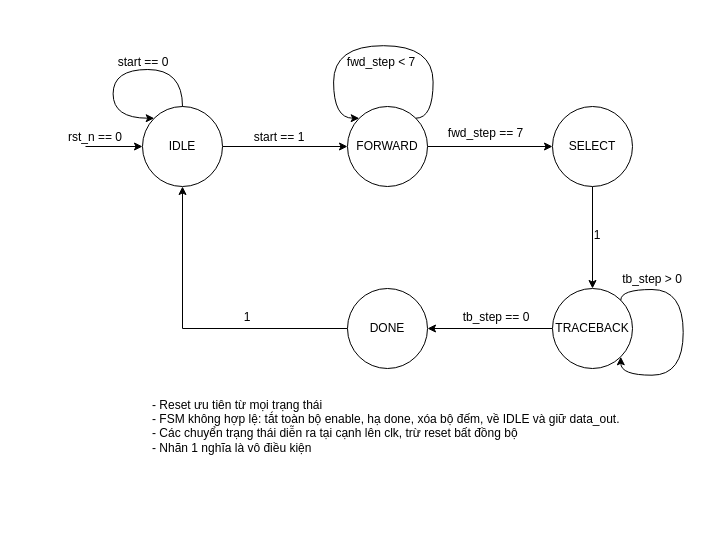
nvh1811/viterbi_decoder keeps this draw.io diagram as page "FSM" (5 of 18) of docs/Viterbi_decoder.drawio. Above is the earlier version. Source tidied: cells renumbered, new cells numbered last; positions are measured from the earlier drawing's top-left corner, leaving out a move shared by most shapes. Both pictures are drawn from the tidied source at 100%, with x=0, y=0 at pixel (65, 45).
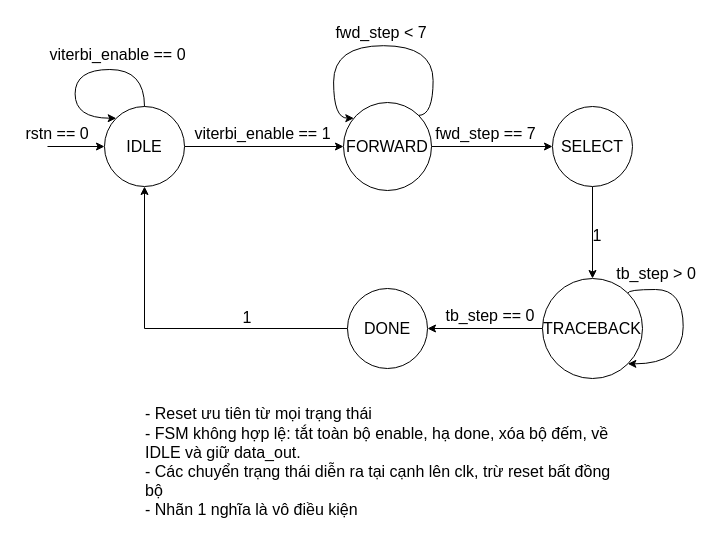
The same page after the edit.

Diff of the diagram source:
```diff
@@
-    <mxCell id="2" style="edgeStyle=orthogonalEdgeStyle;rounded=0;jettySize=auto;html=1;defaultLabelBackgroundColor=gap;" parent="1" edge="1" source="3" target="5">
+    <mxCell id="2" style="edgeStyle=orthogonalEdgeStyle;rounded=0;jettySize=auto;html=1;defaultLabelBackgroundColor=gap;fontSize=16;" parent="1" edge="1" source="3" target="5">
       <mxGeometry relative="1" as="geometry" />
     </mxCell>
-    <mxCell id="3" value="IDLE" style="ellipse;whiteSpace=wrap;html=1;shapeInside=1;" parent="1" vertex="1">
-      <mxGeometry x="77" y="61" width="80" height="80" as="geometry" />
+    <mxCell id="3" value="IDLE" style="ellipse;whiteSpace=wrap;html=1;shapeInside=1;fontSize=16;" parent="1" vertex="1">
+      <mxGeometry x="39" y="61" width="80" height="80" as="geometry" />
     </mxCell>
-    <mxCell id="4" style="edgeStyle=orthogonalEdgeStyle;rounded=0;jettySize=auto;html=1;entryX=0;entryY=0.5;entryDx=0;entryDy=0;defaultLabelBackgroundColor=gap;" parent="1" edge="1" source="5" target="7">
+    <mxCell id="4" style="edgeStyle=orthogonalEdgeStyle;rounded=0;jettySize=auto;html=1;entryX=0;entryY=0.5;entryDx=0;entryDy=0;defaultLabelBackgroundColor=gap;fontSize=16;" parent="1" edge="1" source="5" target="7">
       <mxGeometry relative="1" as="geometry" />
     </mxCell>
-    <mxCell id="5" value="FORWARD" style="ellipse;whiteSpace=wrap;html=1;shapeInside=1;" parent="1" vertex="1">
-      <mxGeometry x="282" y="61" width="80" height="80" as="geometry" />
+    <mxCell id="5" value="FORWARD" style="ellipse;whiteSpace=wrap;html=1;shapeInside=1;fontSize=16;" parent="1" vertex="1">
+      <mxGeometry x="278" y="57" width="88" height="88" as="geometry" />
     </mxCell>
-    <mxCell id="6" style="edgeStyle=orthogonalEdgeStyle;rounded=0;jettySize=auto;html=1;defaultLabelBackgroundColor=gap;" parent="1" edge="1" source="7" target="9">
+    <mxCell id="6" style="edgeStyle=orthogonalEdgeStyle;rounded=0;jettySize=auto;html=1;defaultLabelBackgroundColor=gap;fontSize=16;" parent="1" edge="1" source="7" target="9">
       <mxGeometry relative="1" as="geometry" />
     </mxCell>
-    <mxCell id="7" value="SELECT" style="ellipse;whiteSpace=wrap;html=1;shapeInside=1;" parent="1" vertex="1">
+    <mxCell id="7" value="SELECT" style="ellipse;whiteSpace=wrap;html=1;shapeInside=1;fontSize=16;" parent="1" vertex="1">
       <mxGeometry x="487" y="61" width="80" height="80" as="geometry" />
     </mxCell>
-    <mxCell id="8" style="edgeStyle=orthogonalEdgeStyle;rounded=0;jettySize=auto;html=1;entryX=1;entryY=0.5;entryDx=0;entryDy=0;defaultLabelBackgroundColor=gap;" parent="1" edge="1" source="9" target="11">
+    <mxCell id="8" style="edgeStyle=orthogonalEdgeStyle;rounded=0;jettySize=auto;html=1;entryX=1;entryY=0.5;entryDx=0;entryDy=0;defaultLabelBackgroundColor=gap;fontSize=16;" parent="1" edge="1" source="9" target="11">
       <mxGeometry relative="1" as="geometry" />
     </mxCell>
-    <mxCell id="9" value="TRACEBACK" style="ellipse;whiteSpace=wrap;html=1;shapeInside=1;" parent="1" vertex="1">
-      <mxGeometry x="487" y="243" width="80" height="80" as="geometry" />
+    <mxCell id="9" value="TRACEBACK" style="ellipse;whiteSpace=wrap;html=1;shapeInside=1;fontSize=16;" parent="1" vertex="1">
+      <mxGeometry x="477" y="233" width="100" height="100" as="geometry" />
     </mxCell>
-    <mxCell id="10" style="edgeStyle=orthogonalEdgeStyle;rounded=0;jettySize=auto;html=1;entryX=0.5;entryY=1;entryDx=0;entryDy=0;defaultLabelBackgroundColor=gap;" parent="1" edge="1" source="11" target="3">
+    <mxCell id="10" style="edgeStyle=orthogonalEdgeStyle;rounded=0;jettySize=auto;html=1;entryX=0.5;entryY=1;entryDx=0;entryDy=0;defaultLabelBackgroundColor=gap;fontSize=16;" parent="1" edge="1" source="11" target="3">
       <mxGeometry relative="1" as="geometry" />
     </mxCell>
-    <mxCell id="11" value="DONE" style="ellipse;whiteSpace=wrap;html=1;shapeInside=1;" parent="1" vertex="1">
+    <mxCell id="11" value="DONE" style="ellipse;whiteSpace=wrap;html=1;shapeInside=1;fontSize=16;" parent="1" vertex="1">
       <mxGeometry x="282" y="243" width="80" height="80" as="geometry" />
     </mxCell>
-    <mxCell id="12" value="start == 1" style="text;html=1;whiteSpace=wrap;strokeColor=none;fillColor=none;align=center;verticalAlign=middle;rounded=0;" parent="1" vertex="1">
-      <mxGeometry x="184" y="77" width="60" height="30" as="geometry" />
+    <mxCell id="12" value="viterbi_enable == 1" style="text;html=1;whiteSpace=wrap;strokeColor=none;fillColor=none;align=center;verticalAlign=middle;rounded=0;fontSize=16;" parent="1" vertex="1">
+      <mxGeometry x="125" y="73" width="145" height="30" as="geometry" />
     </mxCell>
-    <mxCell id="13" style="edgeStyle=orthogonalEdgeStyle;rounded=0;orthogonalLoop=1;jettySize=auto;html=1;innerLoopWaypoints=1;entryX=0;entryY=0;entryDx=0;entryDy=0;defaultLabelBackgroundColor=gap;curved=1;curveGeometry=1;exitX=0.5;exitY=0;exitDx=0;exitDy=0;" parent="1" edge="1" source="3" target="3">
+    <mxCell id="13" style="edgeStyle=orthogonalEdgeStyle;rounded=0;orthogonalLoop=1;jettySize=auto;html=1;innerLoopWaypoints=1;entryX=0;entryY=0;entryDx=0;entryDy=0;defaultLabelBackgroundColor=gap;curved=1;curveGeometry=1;exitX=0.5;exitY=0;exitDx=0;exitDy=0;fontSize=16;" parent="1" edge="1" source="3" target="3">
       <mxGeometry x="-0.15" relative="1" as="geometry">
         <Array as="points">
-          <mxPoint x="117" y="24" />
-          <mxPoint x="47.6" y="24" />
-          <mxPoint x="47.6" y="72.7" />
+          <mxPoint x="79" y="24" />
+          <mxPoint x="9.6" y="24" />
+          <mxPoint x="9.6" y="72.7" />
         </Array>
       </mxGeometry>
     </mxCell>
-    <mxCell id="14" value="start == 0" style="text;html=1;whiteSpace=wrap;strokeColor=none;fillColor=none;align=center;verticalAlign=middle;rounded=0;" parent="1" vertex="1">
-      <mxGeometry x="48" y="2" width="60" height="30" as="geometry" />
-    </mxCell>
-    <mxCell id="15" value="fwd_step == 7" style="text;html=1;whiteSpace=wrap;strokeColor=none;fillColor=none;align=center;verticalAlign=middle;rounded=0;" parent="1" vertex="1">
+    <mxCell id="15" value="fwd_step == 7" style="text;html=1;whiteSpace=wrap;strokeColor=none;fillColor=none;align=center;verticalAlign=middle;rounded=0;fontSize=16;" parent="1" vertex="1">
       <mxGeometry x="366" y="73" width="109" height="30" as="geometry" />
     </mxCell>
-    <mxCell id="16" style="edgeStyle=orthogonalEdgeStyle;rounded=0;orthogonalLoop=1;jettySize=auto;html=1;innerLoopWaypoints=1;entryX=0;entryY=0;entryDx=0;entryDy=0;defaultLabelBackgroundColor=gap;curved=1;curveGeometry=1;exitX=1;exitY=0;exitDx=0;exitDy=0;" parent="1" edge="1" source="5" target="5">
-      <mxGeometry x="0.19" relative="1" as="geometry">
+    <mxCell id="16" style="edgeStyle=orthogonalEdgeStyle;rounded=0;orthogonalLoop=1;jettySize=auto;html=1;innerLoopWaypoints=1;defaultLabelBackgroundColor=gap;curved=1;curveGeometry=1;exitX=1;exitY=0;exitDx=0;exitDy=0;fontSize=16;" parent="1" edge="1" source="5" target="5">
+      <mxGeometry x="0.22" relative="1" as="geometry">
         <Array as="points">
-          <mxPoint x="367.6" y="72.7" />
+          <mxPoint x="367.6" y="69.9" />
           <mxPoint x="367.6" y="0.2" />
           <mxPoint x="268.1" y="0.2" />
           <mxPoint x="268.1" y="72.7" />
         </Array>
       </mxGeometry>
     </mxCell>
-    <mxCell id="17" value="fwd_step &amp;lt; 7" style="text;html=1;whiteSpace=wrap;strokeColor=none;fillColor=none;align=center;verticalAlign=middle;rounded=0;" parent="1" vertex="1">
-      <mxGeometry x="266" y="2" width="100" height="30" as="geometry" />
+    <mxCell id="17" value="fwd_step &amp;lt; 7" style="text;html=1;whiteSpace=wrap;strokeColor=none;fillColor=none;align=center;verticalAlign=middle;rounded=0;fontSize=16;" parent="1" vertex="1">
+      <mxGeometry x="266" y="-28" width="100" height="30" as="geometry" />
     </mxCell>
-    <mxCell id="18" value="1" style="text;html=1;whiteSpace=wrap;strokeColor=none;fillColor=none;align=center;verticalAlign=middle;rounded=0;" parent="1" vertex="1">
+    <mxCell id="18" value="1" style="text;html=1;whiteSpace=wrap;strokeColor=none;fillColor=none;align=center;verticalAlign=middle;rounded=0;fontSize=16;" parent="1" vertex="1">
       <mxGeometry x="502" y="175" width="60" height="30" as="geometry" />
     </mxCell>
-    <mxCell id="19" value="tb_step == 0" style="text;html=1;whiteSpace=wrap;strokeColor=none;fillColor=none;align=center;verticalAlign=middle;rounded=0;" parent="1" vertex="1">
-      <mxGeometry x="391" y="257" width="80" height="30" as="geometry" />
+    <mxCell id="19" value="tb_step == 0" style="text;html=1;whiteSpace=wrap;strokeColor=none;fillColor=none;align=center;verticalAlign=middle;rounded=0;fontSize=16;" parent="1" vertex="1">
+      <mxGeometry x="375" y="255" width="100" height="30" as="geometry" />
     </mxCell>
-    <mxCell id="20" style="edgeStyle=orthogonalEdgeStyle;rounded=0;orthogonalLoop=1;jettySize=auto;html=1;innerLoopWaypoints=1;entryX=1;entryY=1;entryDx=0;entryDy=0;defaultLabelBackgroundColor=gap;curved=1;curveGeometry=1;exitX=1;exitY=0;exitDx=0;exitDy=0;" parent="1" edge="1" source="9" target="9">
-      <mxGeometry x="0.02" relative="1" as="geometry">
+    <mxCell id="20" style="edgeStyle=orthogonalEdgeStyle;rounded=0;orthogonalLoop=1;jettySize=auto;html=1;innerLoopWaypoints=1;entryX=1;entryY=1;entryDx=0;entryDy=0;defaultLabelBackgroundColor=gap;curved=1;curveGeometry=1;exitX=1;exitY=0;exitDx=0;exitDy=0;fontSize=16;" parent="1" edge="1" source="9" target="9">
+      <mxGeometry x="-0.02" relative="1" as="geometry">
         <Array as="points">
-          <mxPoint x="555.3" y="244" />
+          <mxPoint x="562.4" y="244" />
           <mxPoint x="617.7" y="244" />
-          <mxPoint x="617.7" y="329.7" />
-          <mxPoint x="555.3" y="329.7" />
+          <mxPoint x="617.7" y="318.4" />
         </Array>
       </mxGeometry>
     </mxCell>
-    <mxCell id="21" value="tb_step &amp;gt; 0" style="text;html=1;whiteSpace=wrap;strokeColor=none;fillColor=none;align=center;verticalAlign=middle;rounded=0;" parent="1" vertex="1">
-      <mxGeometry x="547" y="219" width="80" height="30" as="geometry" />
+    <mxCell id="21" value="tb_step &amp;gt; 0" style="text;html=1;whiteSpace=wrap;strokeColor=none;fillColor=none;align=center;verticalAlign=middle;rounded=0;fontSize=16;" parent="1" vertex="1">
+      <mxGeometry x="541" y="213" width="100" height="30" as="geometry" />
     </mxCell>
-    <mxCell id="22" value="1" style="text;html=1;whiteSpace=wrap;strokeColor=none;fillColor=none;align=center;verticalAlign=middle;rounded=0;" parent="1" vertex="1">
+    <mxCell id="22" value="1" style="text;html=1;whiteSpace=wrap;strokeColor=none;fillColor=none;align=center;verticalAlign=middle;rounded=0;fontSize=16;" parent="1" vertex="1">
       <mxGeometry x="152" y="257" width="60" height="30" as="geometry" />
     </mxCell>
-    <mxCell id="23" style="endArrow=classic;html=1;rounded=0;defaultLabelBackgroundColor=gap;entryX=0;entryY=0.5;entryDx=0;entryDy=0;" parent="1" edge="1" target="3">
+    <mxCell id="23" style="endArrow=classic;html=1;rounded=0;defaultLabelBackgroundColor=gap;entryX=0;entryY=0.5;entryDx=0;entryDy=0;fontSize=16;" parent="1" edge="1" target="3">
       <mxGeometry relative="1" as="geometry">
-        <mxPoint x="20" y="101" as="sourcePoint" />
+        <mxPoint x="-18" y="101" as="sourcePoint" />
       </mxGeometry>
     </mxCell>
-    <mxCell id="24" value="rst_n == 0" style="text;html=1;whiteSpace=wrap;strokeColor=none;fillColor=none;align=center;verticalAlign=middle;rounded=0;" parent="1" vertex="1">
-      <mxGeometry y="77" width="60" height="30" as="geometry" />
+    <mxCell id="24" value="rstn == 0" style="text;html=1;whiteSpace=wrap;strokeColor=none;fillColor=none;align=center;verticalAlign=middle;rounded=0;fontSize=16;" parent="1" vertex="1">
+      <mxGeometry x="-48" y="73" width="80" height="30" as="geometry" />
     </mxCell>
-    <mxCell id="25" value="- Reset ưu tiên từ mọi trạng thái&lt;div&gt;&lt;span style=&quot;background-color: transparent; color: light-dark(#000000, var(--ge-light-color, #ffffff));&quot;&gt;- FSM không hợp lệ:&amp;nbsp;tắt toàn bộ enable, hạ done, xóa bộ đếm, về IDLE và giữ data_out.&lt;/span&gt;&lt;/div&gt;&lt;div&gt;&lt;span style=&quot;background-color: transparent; color: light-dark(#000000, var(--ge-light-color, #ffffff));&quot;&gt;- Các chuyển trạng thái diễn ra tại cạnh lên clk, trừ reset bất đồng bộ&lt;/span&gt;&lt;/div&gt;&lt;div&gt;- Nhãn 1 nghĩa là vô điều kiện&lt;span style=&quot;background-color: transparent; color: light-dark(#000000, var(--ge-light-color, #ffffff));&quot;&gt;&lt;/span&gt;&lt;/div&gt;&lt;div&gt;&lt;span style=&quot;background-color: transparent; color: light-dark(#000000, var(--ge-light-color, #ffffff));&quot;&gt;&lt;br&gt;&lt;/span&gt;&lt;/div&gt;" style="text;html=1;whiteSpace=wrap;strokeColor=none;fillColor=none;align=left;verticalAlign=middle;rounded=0;fontStyle=0;" parent="1" vertex="1">
-      <mxGeometry x="85" y="348" width="488" height="80" as="geometry" />
+    <mxCell id="25" value="- Reset ưu tiên từ mọi trạng thái&lt;div&gt;&lt;span style=&quot;background-color: transparent; color: light-dark(#000000, var(--ge-light-color, #ffffff));&quot;&gt;- FSM không hợp lệ:&amp;nbsp;tắt toàn bộ enable, hạ done, xóa bộ đếm, về IDLE và giữ data_out.&lt;/span&gt;&lt;/div&gt;&lt;div&gt;&lt;span style=&quot;background-color: transparent; color: light-dark(#000000, var(--ge-light-color, #ffffff));&quot;&gt;- Các chuyển trạng thái diễn ra tại cạnh lên clk, trừ reset bất đồng bộ&lt;/span&gt;&lt;/div&gt;&lt;div&gt;- Nhãn 1 nghĩa là vô điều kiện&lt;span style=&quot;background-color: transparent; color: light-dark(#000000, var(--ge-light-color, #ffffff));&quot;&gt;&lt;/span&gt;&lt;/div&gt;&lt;div&gt;&lt;span style=&quot;background-color: transparent; color: light-dark(#000000, var(--ge-light-color, #ffffff));&quot;&gt;&lt;br&gt;&lt;/span&gt;&lt;/div&gt;" style="text;html=1;whiteSpace=wrap;strokeColor=none;fillColor=none;align=left;verticalAlign=middle;rounded=0;fontStyle=0;fontSize=16;" parent="1" vertex="1">
+      <mxGeometry x="78" y="386" width="488" height="80" as="geometry" />
     </mxCell>
+    <mxCell id="26" value="viterbi_enable == 0" style="text;html=1;whiteSpace=wrap;strokeColor=none;fillColor=none;align=center;verticalAlign=middle;rounded=0;fontSize=16;" parent="1" vertex="1">
+      <mxGeometry x="-20" y="-6" width="145" height="30" as="geometry" />
+    </mxCell>
```
